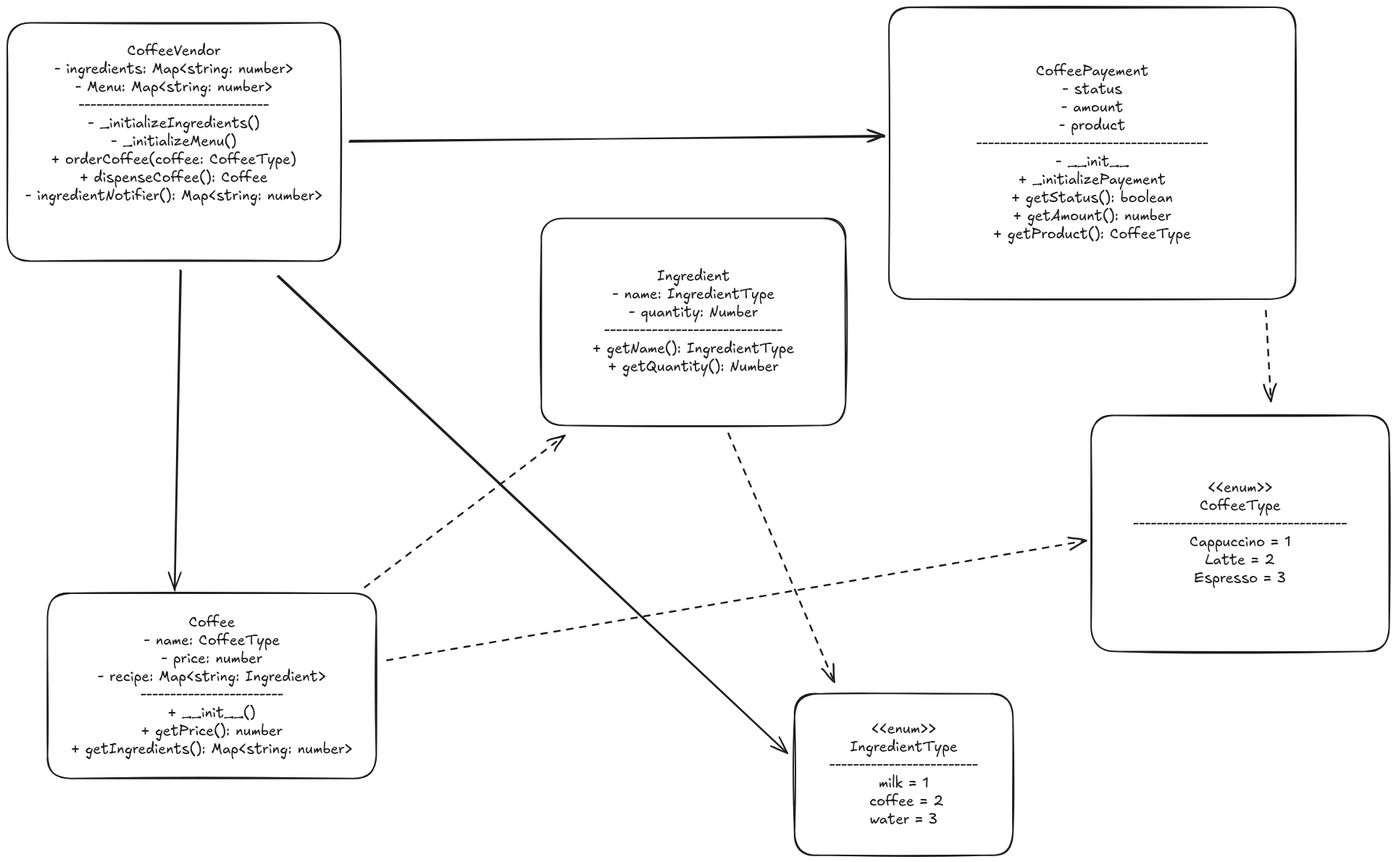
Earlier version of the Excalidraw export coffeeVendingMachine/coffeeVendingMachine.excalidraw.png (Sandstorm831/lld_primer). Source tidied: one line per element, renumbered; positions are measured from the earlier drawing's top-left corner, leaving out a move shared by most shapes.
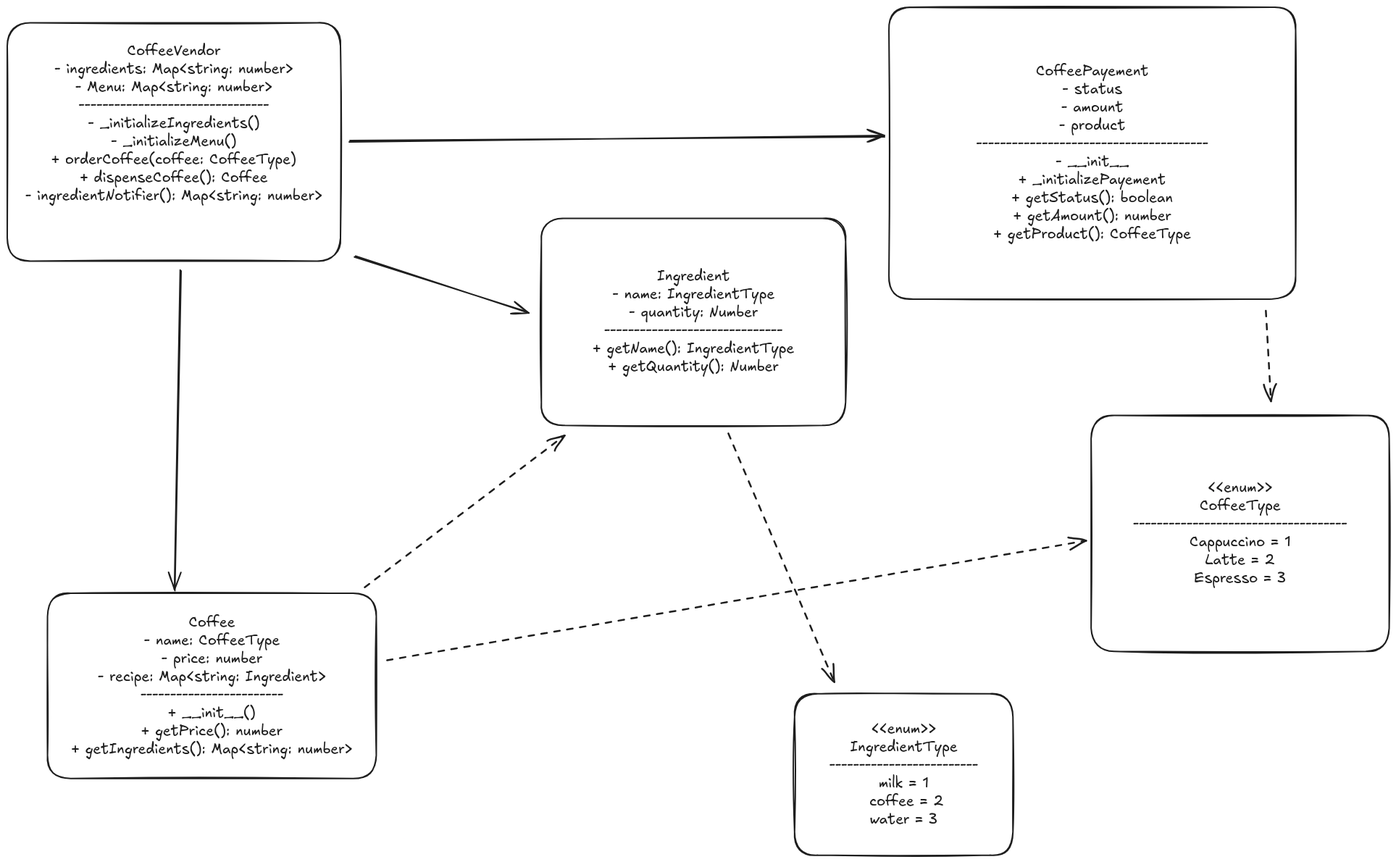
The same diagram one commit later.

Change to the diagram source:
```diff
@@ -16,4 +16,4 @@
 {"id": 15, "type": "arrow", "strokeColor": "#1e1e1e", "strokeWidth": 2, "roughness": 1, "endArrowhead": "arrow", "round": true, "from": 0, "to": 4, "x": 472, "y": 185, "width": 738, "height": 6, "points": [[0, 0], [738, -6]]}
 {"id": 16, "type": "arrow", "strokeColor": "#1e1e1e", "strokeWidth": 2, "roughness": 1, "endArrowhead": "arrow", "round": true, "from": 0, "to": 2, "x": 240, "y": 364, "width": 9, "height": 440, "points": [[0, 0], [-9, 440]]}
 {"id": 17, "type": "arrow", "strokeColor": "#1e1e1e", "strokeWidth": 2, "strokeStyle": "dashed", "roughness": 1, "endArrowhead": "arrow", "round": true, "from": 4, "to": 10, "x": 1737, "y": 420, "width": 8, "height": 125, "points": [[0, 0], [8, 125]]}
-{"id": 18, "type": "arrow", "strokeColor": "#1e1e1e", "strokeWidth": 2, "roughness": 1, "endArrowhead": "arrow", "round": true, "from": 0, "to": 8, "x": 374, "y": 372, "width": 702, "height": 656, "points": [[0, 0], [702, 656]]}
+{"id": 18, "type": "arrow", "strokeColor": "#1e1e1e", "strokeWidth": 2, "roughness": 1, "endArrowhead": "arrow", "round": true, "from": 0, "to": 6, "x": 480, "y": 345, "width": 238, "height": 75, "points": [[0, 0], [238, 75]]}
```
